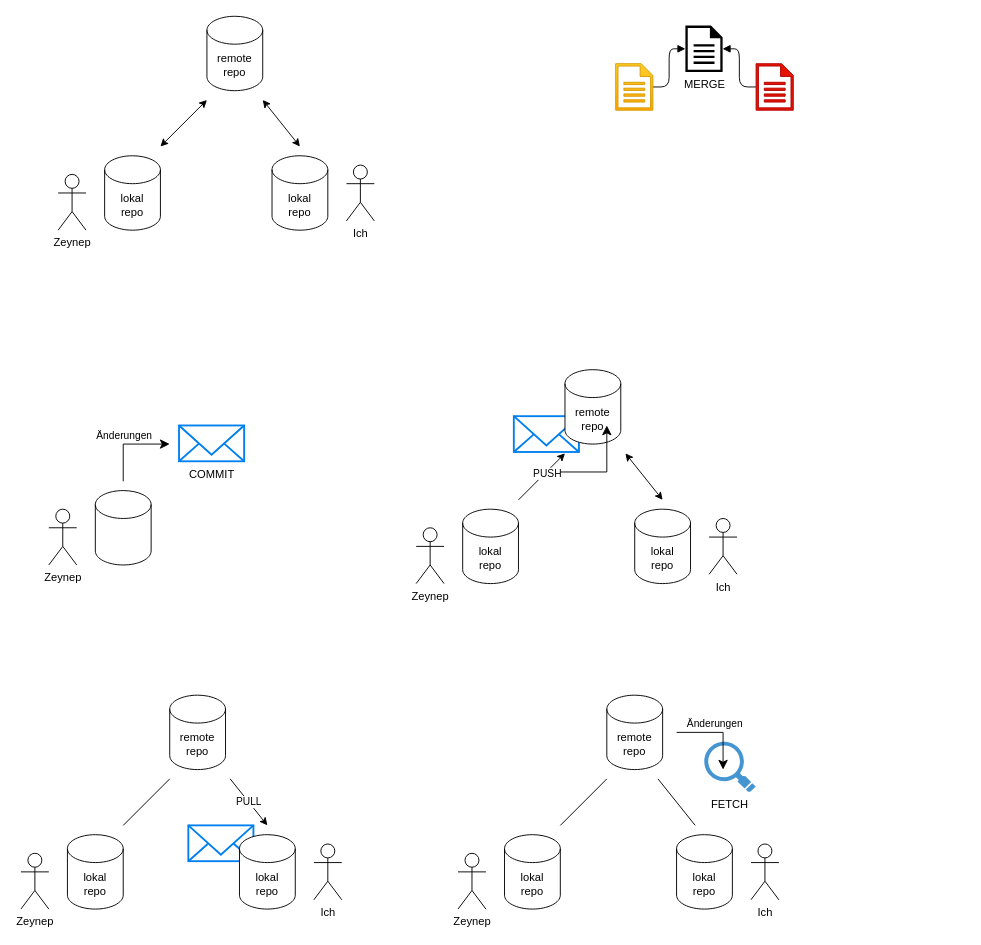
Earlier version of the draw.io diagram work_bench/howtos/img/drawio/git-repo.dio (advocd/Workshop-Microbit-Python). Source tidied: cells renumbered, new cells numbered last; positions are measured from the earlier drawing's top-left corner, leaving out a move shared by most shapes. Both pictures are drawn from the tidied source at 93%, with x=0, y=0 at pixel (20, 16).
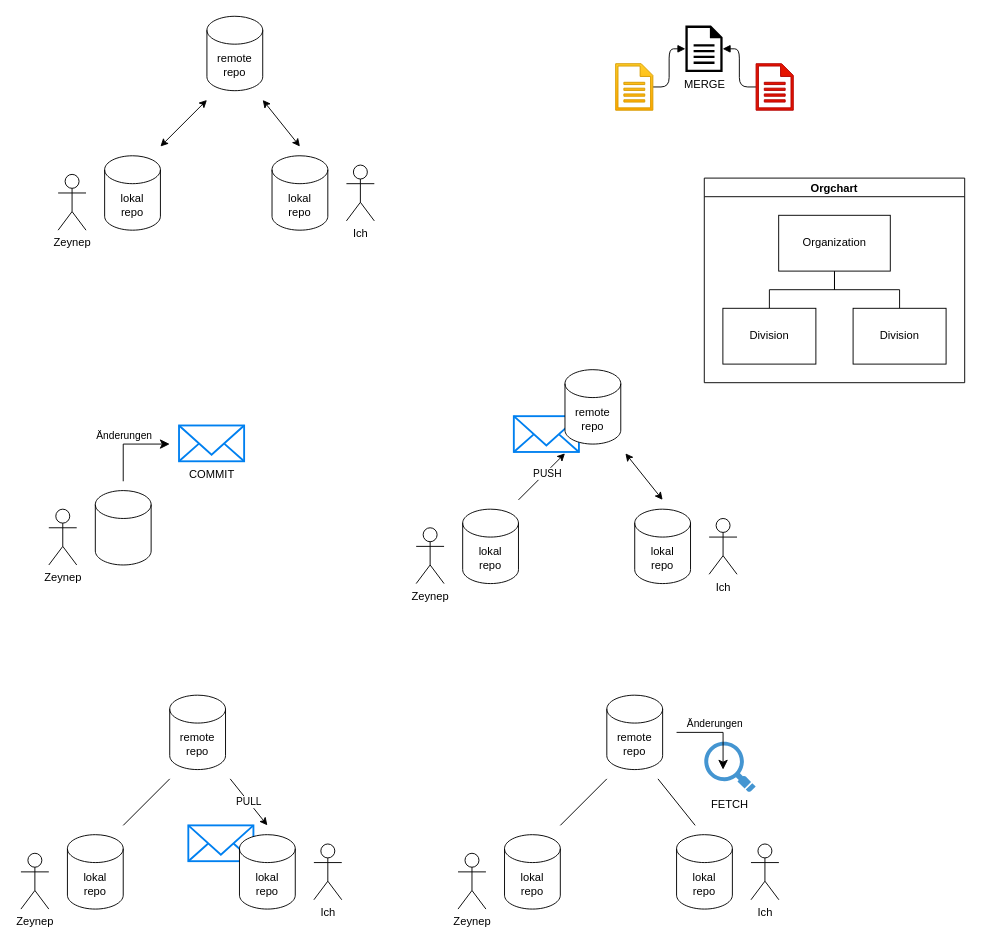
Above is the later version.

Diff of the diagram source:
```diff
@@
-    <mxCell id="46" style="edgeStyle=segmentEdgeStyle;endArrow=classic;html=1;curved=0;rounded=0;endSize=8;startSize=8;" parent="1" edge="1">
-      <mxGeometry relative="1" as="geometry">
-        <mxPoint x="580" y="490" as="sourcePoint" />
-        <mxPoint x="630" y="440" as="targetPoint" />
-      </mxGeometry>
-    </mxCell>
+    <mxCell id="47" value="Orgchart" style="swimlane;startSize=20;horizontal=1;containerType=tree;newEdgeStyle={&quot;edgeStyle&quot;:&quot;elbowEdgeStyle&quot;,&quot;startArrow&quot;:&quot;none&quot;,&quot;endArrow&quot;:&quot;none&quot;};" parent="1" vertex="1">
+      <mxGeometry x="734.8" y="174" width="280" height="220" as="geometry" />
+    </mxCell>
+    <mxCell id="48" style="edgeStyle=elbowEdgeStyle;elbow=vertical;sourcePerimeterSpacing=0;targetPerimeterSpacing=0;startArrow=none;endArrow=none;rounded=0;curved=0;" parent="47" edge="1" source="50" target="51">
+      <mxGeometry relative="1" as="geometry" />
+    </mxCell>
+    <mxCell id="49" style="edgeStyle=elbowEdgeStyle;elbow=vertical;sourcePerimeterSpacing=0;targetPerimeterSpacing=0;startArrow=none;endArrow=none;rounded=0;curved=0;" parent="47" edge="1" source="50" target="52">
+      <mxGeometry relative="1" as="geometry" />
+    </mxCell>
+    <mxCell id="50" value="Organization" style="whiteSpace=wrap;html=1;align=center;newEdgeStyle={&quot;edgeStyle&quot;:&quot;elbowEdgeStyle&quot;,&quot;startArrow&quot;:&quot;none&quot;,&quot;endArrow&quot;:&quot;none&quot;};" parent="47" vertex="1">
+      <mxGeometry x="80" y="40" width="120" height="60" as="geometry" />
+    </mxCell>
+    <mxCell id="51" value="Division" style="whiteSpace=wrap;html=1;align=center;verticalAlign=middle;newEdgeStyle={&quot;edgeStyle&quot;:&quot;elbowEdgeStyle&quot;,&quot;startArrow&quot;:&quot;none&quot;,&quot;endArrow&quot;:&quot;none&quot;};" parent="47" vertex="1">
+      <mxGeometry x="20" y="140" width="100" height="60" as="geometry" />
+    </mxCell>
+    <mxCell id="52" value="Division" style="whiteSpace=wrap;html=1;align=center;verticalAlign=middle;newEdgeStyle={&quot;edgeStyle&quot;:&quot;elbowEdgeStyle&quot;,&quot;startArrow&quot;:&quot;none&quot;,&quot;endArrow&quot;:&quot;none&quot;};" parent="47" vertex="1">
+      <mxGeometry x="160" y="140" width="100" height="60" as="geometry" />
+    </mxCell>
```
